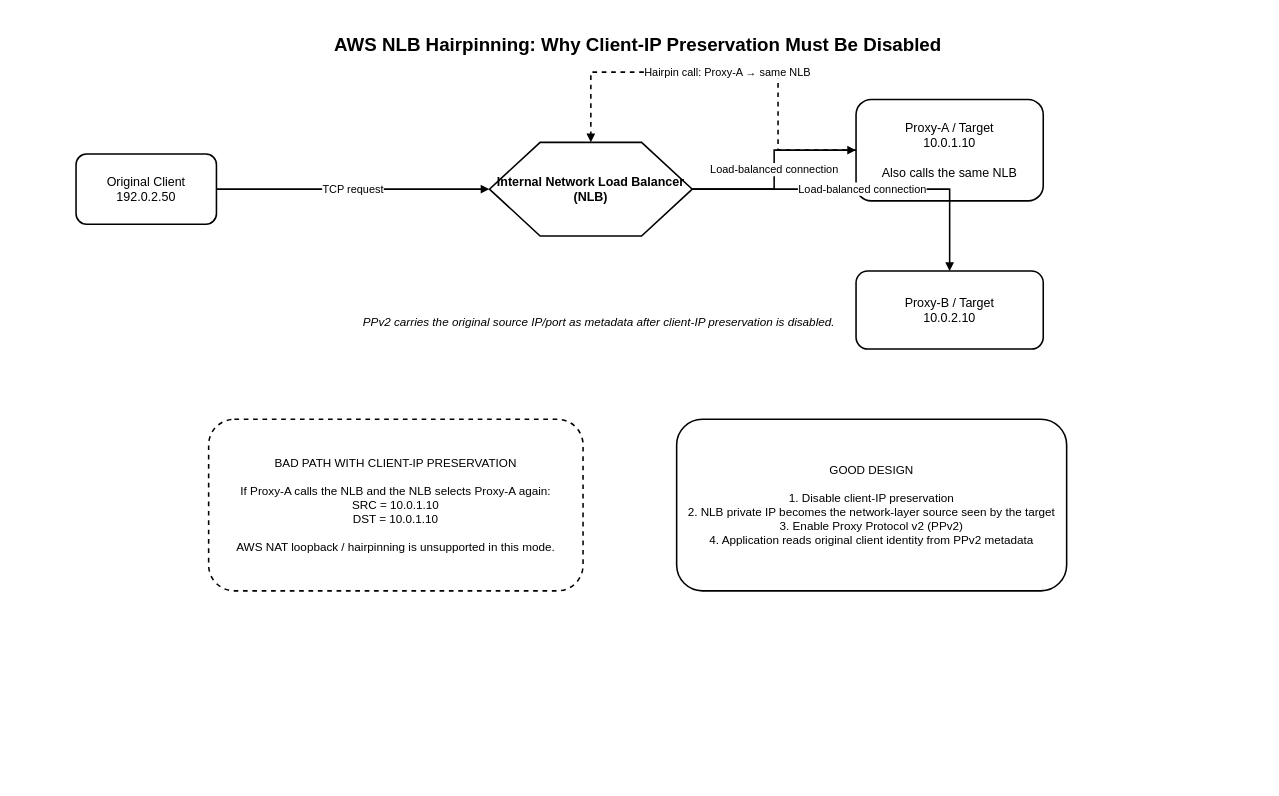
Above: images/09-05-26-10-38_AWS_NLB_Hairpinning_Flow.drawio in ccaiccie/knowledge (draw.io), before the change. Source tidied: cells renumbered, new cells numbered last; positions are measured from the earlier drawing's top-left corner, leaving out a move shared by most shapes. Both pictures are drawn from the tidied source at 78%, with x=0, y=0 at pixel (76, 29).
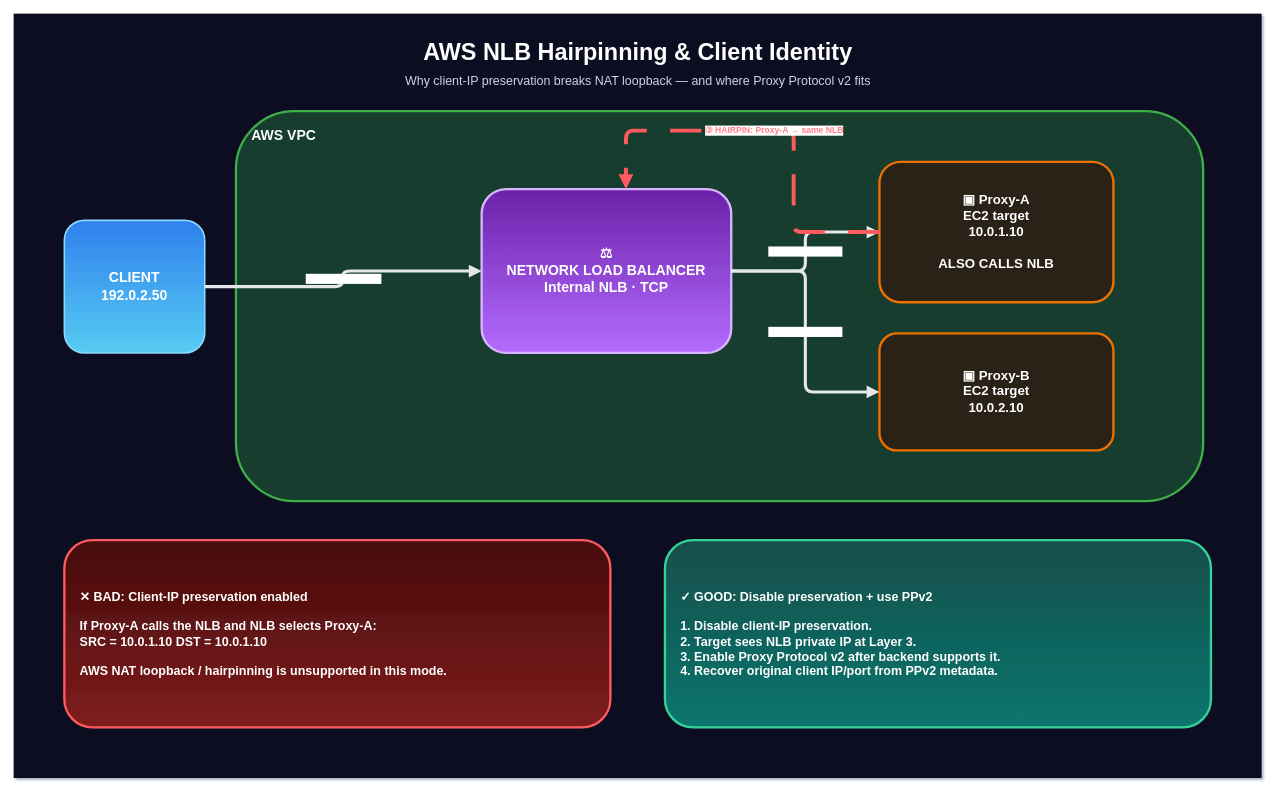
After the change.

Commit message:
Refresh editable NLB hairpinning draw.io diagram with AWS-style colors

Diff of the diagram source:
```diff
@@
-<mxGraphModel>
+<mxGraphModel shadow="1">
   <root>
     <mxCell id="0" />
     <mxCell id="1" parent="0" />
+    <mxCell id="14" style="rounded=0;whiteSpace=wrap;html=1;fillColor=#0B1020;strokeColor=none;" parent="1" vertex="1">
+      <mxGeometry x="-80" y="-20" width="1600" height="980" as="geometry" />
+    </mxCell>
-    <mxCell id="2" value="AWS NLB Hairpinning: Why Client-IP Preservation Must Be Disabled" style="text;html=1;fontSize=24;fontStyle=1;align=center;verticalAlign=middle;" parent="1" vertex="1">
-      <mxGeometry x="170" width="1100" height="40" as="geometry" />
+    <mxCell id="2" value="AWS NLB Hairpinning &amp; Client Identity" style="text;html=1;fontSize=30;fontStyle=1;fontColor=#FFFFFF;align=center;" parent="1" vertex="1">
+      <mxGeometry x="220" y="5" width="1000" height="50" as="geometry" />
     </mxCell>
+    <mxCell id="15" value="Why client-IP preservation breaks NAT loopback — and where Proxy Protocol v2 fits" style="text;html=1;fontSize=16;fontColor=#CBD5E1;align=center;" parent="1" vertex="1">
+      <mxGeometry x="220" y="50" width="1000" height="30" as="geometry" />
+    </mxCell>
+    <mxCell id="16" value="AWS VPC" style="rounded=1;whiteSpace=wrap;html=1;fillColor=#123D2E;strokeColor=#3FAE49;strokeWidth=3;fontColor=#FFFFFF;fontStyle=1;fontSize=18;verticalAlign=top;align=left;spacingTop=15;spacingLeft=18;" parent="1" vertex="1">
+      <mxGeometry x="205" y="105" width="1240" height="500" as="geometry" />
+    </mxCell>
-    <mxCell id="3" value="Original Client&#10;192.0.2.50" style="rounded=1;whiteSpace=wrap;html=1;fontSize=16;strokeWidth=2;" parent="1" vertex="1">
-      <mxGeometry y="160" width="180" height="90" as="geometry" />
+    <mxCell id="3" value="CLIENT&#10;192.0.2.50" style="rounded=1;whiteSpace=wrap;html=1;fillColor=#2F80ED;gradientColor=#56CCF2;strokeColor=#8BD8FF;strokeWidth=2;fontColor=#FFFFFF;fontSize=18;fontStyle=1;" parent="1" vertex="1">
+      <mxGeometry x="-15" y="245" width="180" height="170" as="geometry" />
     </mxCell>
-    <mxCell id="4" value="Internal Network Load Balancer&#10;(NLB)" style="shape=hexagon;perimeter=hexagonPerimeter2;whiteSpace=wrap;html=1;fontSize=16;fontStyle=1;strokeWidth=2;" parent="1" vertex="1">
-      <mxGeometry x="530" y="145" width="260" height="120" as="geometry" />
+    <mxCell id="4" value="⚖&#10;NETWORK LOAD BALANCER&#10;Internal NLB · TCP" style="rounded=1;whiteSpace=wrap;html=1;fillColor=#6B21A8;gradientColor=#B46CFF;strokeColor=#D8B4FE;strokeWidth=3;fontColor=#FFFFFF;fontSize=18;fontStyle=1;" parent="1" vertex="1">
+      <mxGeometry x="520" y="205" width="320" height="210" as="geometry" />
     </mxCell>
-    <mxCell id="5" value="Proxy-A / Target&#10;10.0.1.10&#10;&#10;Also calls the same NLB" style="rounded=1;whiteSpace=wrap;html=1;fontSize=16;strokeWidth=2;" parent="1" vertex="1">
-      <mxGeometry x="1000" y="90" width="240" height="130" as="geometry" />
+    <mxCell id="5" value="▣  Proxy-A&#10;EC2 target&#10;10.0.1.10&#10;&#10;ALSO CALLS NLB" style="rounded=1;whiteSpace=wrap;html=1;fillColor=#2A2115;strokeColor=#ED7100;strokeWidth=3;fontColor=#FFFFFF;fontSize=17;fontStyle=1;" parent="1" vertex="1">
+      <mxGeometry x="1030" y="170" width="300" height="180" as="geometry" />
     </mxCell>
-    <mxCell id="6" value="Proxy-B / Target&#10;10.0.2.10" style="rounded=1;whiteSpace=wrap;html=1;fontSize=16;strokeWidth=2;" parent="1" vertex="1">
-      <mxGeometry x="1000" y="310" width="240" height="100" as="geometry" />
+    <mxCell id="6" value="▣  Proxy-B&#10;EC2 target&#10;10.0.2.10" style="rounded=1;whiteSpace=wrap;html=1;fillColor=#2A2115;strokeColor=#ED7100;strokeWidth=3;fontColor=#FFFFFF;fontSize=17;fontStyle=1;" parent="1" vertex="1">
+      <mxGeometry x="1030" y="390" width="300" height="150" as="geometry" />
     </mxCell>
-    <mxCell id="7" value="BAD PATH WITH CLIENT-IP PRESERVATION&#10;&#10;If Proxy-A calls the NLB and the NLB selects Proxy-A again:&#10;SRC = 10.0.1.10&#10;DST = 10.0.1.10&#10;&#10;AWS NAT loopback / hairpinning is unsupported in this mode." style="rounded=1;whiteSpace=wrap;html=1;fontSize=15;strokeWidth=2;dashed=1;" parent="1" vertex="1">
-      <mxGeometry x="170" y="500" width="480" height="220" as="geometry" />
-    </mxCell>
-    <mxCell id="8" value="GOOD DESIGN&#10;&#10;1. Disable client-IP preservation&#10;2. NLB private IP becomes the network-layer source seen by the target&#10;3. Enable Proxy Protocol v2 (PPv2)&#10;4. Application reads original client identity from PPv2 metadata" style="rounded=1;whiteSpace=wrap;html=1;fontSize=15;strokeWidth=2;" parent="1" vertex="1">
-      <mxGeometry x="770" y="500" width="500" height="220" as="geometry" />
-    </mxCell>
-    <mxCell id="9" value="TCP request" style="edgeStyle=orthogonalEdgeStyle;rounded=0;jettySize=auto;html=1;fontSize=14;endArrow=block;endFill=1;strokeWidth=2;" parent="1" edge="1" source="3" target="4">
+    <mxCell id="9" value="① TCP connection" style="edgeStyle=orthogonalEdgeStyle;rounded=1;html=1;strokeColor=#E5E7EB;strokeWidth=4;fontColor=#FFFFFF;fontStyle=1;endArrow=block;endFill=1;" parent="1" edge="1" source="3" target="4">
       <mxGeometry relative="1" as="geometry" />
     </mxCell>
-    <mxCell id="10" value="Load-balanced connection" style="edgeStyle=orthogonalEdgeStyle;rounded=0;jettySize=auto;html=1;fontSize=14;endArrow=block;endFill=1;strokeWidth=2;" parent="1" edge="1" source="4" target="5">
+    <mxCell id="10" value="② target selection" style="edgeStyle=orthogonalEdgeStyle;rounded=1;html=1;strokeColor=#E5E7EB;strokeWidth=4;fontColor=#FFFFFF;fontStyle=1;endArrow=block;endFill=1;" parent="1" edge="1" source="4" target="5">
       <mxGeometry relative="1" as="geometry" />
     </mxCell>
-    <mxCell id="11" value="Load-balanced connection" style="edgeStyle=orthogonalEdgeStyle;rounded=0;jettySize=auto;html=1;fontSize=14;endArrow=block;endFill=1;strokeWidth=2;" parent="1" edge="1" source="4" target="6">
+    <mxCell id="11" value="② target selection" style="edgeStyle=orthogonalEdgeStyle;rounded=1;html=1;strokeColor=#E5E7EB;strokeWidth=4;fontColor=#FFFFFF;fontStyle=1;endArrow=block;endFill=1;" parent="1" edge="1" source="4" target="6">
       <mxGeometry relative="1" as="geometry" />
     </mxCell>
-    <mxCell id="12" value="Hairpin call: Proxy-A → same NLB" style="edgeStyle=orthogonalEdgeStyle;rounded=0;jettySize=auto;html=1;fontSize=14;endArrow=block;endFill=1;strokeWidth=2;dashed=1;" parent="1" edge="1" source="5" target="4">
+    <mxCell id="12" value="③ HAIRPIN: Proxy-A → same NLB" style="edgeStyle=orthogonalEdgeStyle;rounded=1;html=1;strokeColor=#FF5A5F;strokeWidth=5;dashed=1;dashPattern=8 6;fontColor=#FF8085;fontStyle=1;endArrow=block;endFill=1;" parent="1" edge="1" source="5" target="4">
       <mxGeometry relative="1" as="geometry">
         <Array as="points">
-          <mxPoint x="900" y="55" />
-          <mxPoint x="660" y="55" />
+          <mxPoint x="920" y="130" />
+          <mxPoint x="705" y="130" />
         </Array>
       </mxGeometry>
     </mxCell>
-    <mxCell id="13" value="PPv2 carries the original source IP/port as metadata after client-IP preservation is disabled." style="text;html=1;fontSize=15;fontStyle=2;align=center;verticalAlign=middle;" parent="1" vertex="1">
-      <mxGeometry x="455" y="330" width="430" height="90" as="geometry" />
-    </mxCell>
+    <mxCell id="7" value="✕  BAD: Client-IP preservation enabled&#10;&#10;If Proxy-A calls the NLB and NLB selects Proxy-A:&#10;SRC = 10.0.1.10   DST = 10.0.1.10&#10;&#10;AWS NAT loopback / hairpinning is unsupported in this mode." style="rounded=1;whiteSpace=wrap;html=1;fillColor=#450A0A;gradientColor=#7F1D1D;strokeColor=#FF5A5F;strokeWidth=3;fontColor=#FFFFFF;fontSize=16;fontStyle=1;align=left;spacing=20;" parent="1" vertex="1">
+      <mxGeometry x="-15" y="655" width="700" height="240" as="geometry" />
+    </mxCell>
+    <mxCell id="8" value="✓  GOOD: Disable preservation + use PPv2&#10;&#10;1. Disable client-IP preservation.&#10;2. Target sees NLB private IP at Layer 3.&#10;3. Enable Proxy Protocol v2 after backend supports it.&#10;4. Recover original client IP/port from PPv2 metadata." style="rounded=1;whiteSpace=wrap;html=1;fillColor=#134E4A;gradientColor=#0F766E;strokeColor=#34D399;strokeWidth=3;fontColor=#FFFFFF;fontSize=16;fontStyle=1;align=left;spacing=20;" parent="1" vertex="1">
+      <mxGeometry x="755" y="655" width="700" height="240" as="geometry" />
+    </mxCell>
   </root>
 </mxGraphModel>
```
